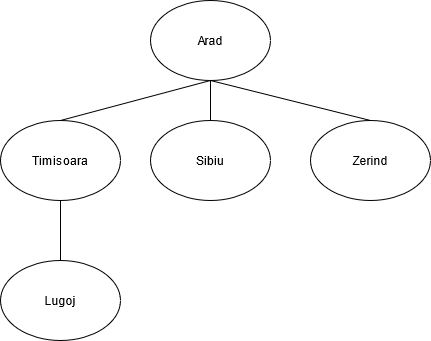
The draw.io diagram bfs dfs.png in shadow17t/diagram, before a commit. Source tidied: cells renumbered, new cells last; positions are measured from the earlier drawing's top-left corner, leaving out a move shared by most shapes.
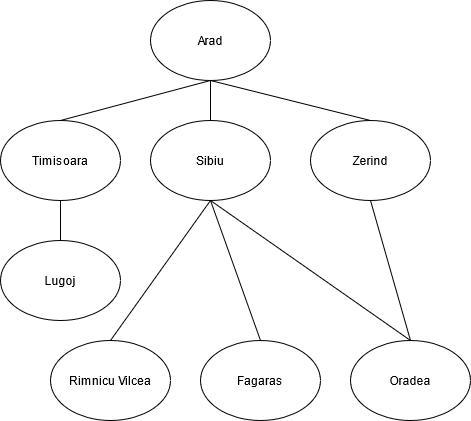
Above is the later version.

What changed in the source:
```diff
@@ -28,10 +28,33 @@
       </mxGeometry>
     </mxCell>
     <mxCell id="9" value="Lugoj" style="ellipse;whiteSpace=wrap;html=1;" parent="1" vertex="1">
-      <mxGeometry y="260" width="120" height="80" as="geometry" />
+      <mxGeometry y="240" width="120" height="80" as="geometry" />
     </mxCell>
     <mxCell id="10" style="endArrow=none;html=1;exitX=0.5;exitY=1;exitDx=0;exitDy=0;entryX=0.5;entryY=0;entryDx=0;entryDy=0;" parent="1" edge="1" source="3" target="9">
       <mxGeometry relative="1" as="geometry" />
     </mxCell>
+    <mxCell id="11" value="Fagaras" style="ellipse;whiteSpace=wrap;html=1;" parent="1" vertex="1">
+      <mxGeometry x="200" y="340" width="120" height="80" as="geometry" />
+    </mxCell>
+    <mxCell id="12" value="Oradea" style="ellipse;whiteSpace=wrap;html=1;" parent="1" vertex="1">
+      <mxGeometry x="350" y="340" width="120" height="80" as="geometry" />
+    </mxCell>
+    <mxCell id="13" value="Rimnicu Vilcea" style="ellipse;whiteSpace=wrap;html=1;" parent="1" vertex="1">
+      <mxGeometry x="50" y="340" width="120" height="80" as="geometry" />
+    </mxCell>
+    <mxCell id="14" style="endArrow=none;html=1;entryX=0.5;entryY=1;entryDx=0;entryDy=0;exitX=0.5;exitY=0;exitDx=0;exitDy=0;" parent="1" edge="1" source="13" target="4">
+      <mxGeometry relative="1" as="geometry" />
+    </mxCell>
+    <mxCell id="15" style="endArrow=none;html=1;entryX=0.5;entryY=1;entryDx=0;entryDy=0;exitX=0.5;exitY=0;exitDx=0;exitDy=0;" parent="1" edge="1" source="11">
+      <mxGeometry relative="1" as="geometry">
+        <mxPoint x="210" y="200" as="targetPoint" />
+      </mxGeometry>
+    </mxCell>
+    <mxCell id="16" style="endArrow=none;html=1;entryX=0.5;entryY=1;entryDx=0;entryDy=0;exitX=0.5;exitY=0;exitDx=0;exitDy=0;" parent="1" edge="1" source="12" target="4">
+      <mxGeometry relative="1" as="geometry" />
+    </mxCell>
+    <mxCell id="17" style="endArrow=none;html=1;entryX=0.5;entryY=1;entryDx=0;entryDy=0;exitX=0.5;exitY=0;exitDx=0;exitDy=0;" parent="1" edge="1" source="12" target="5">
+      <mxGeometry relative="1" as="geometry" />
+    </mxCell>
   </root>
 </mxGraphModel>
```
